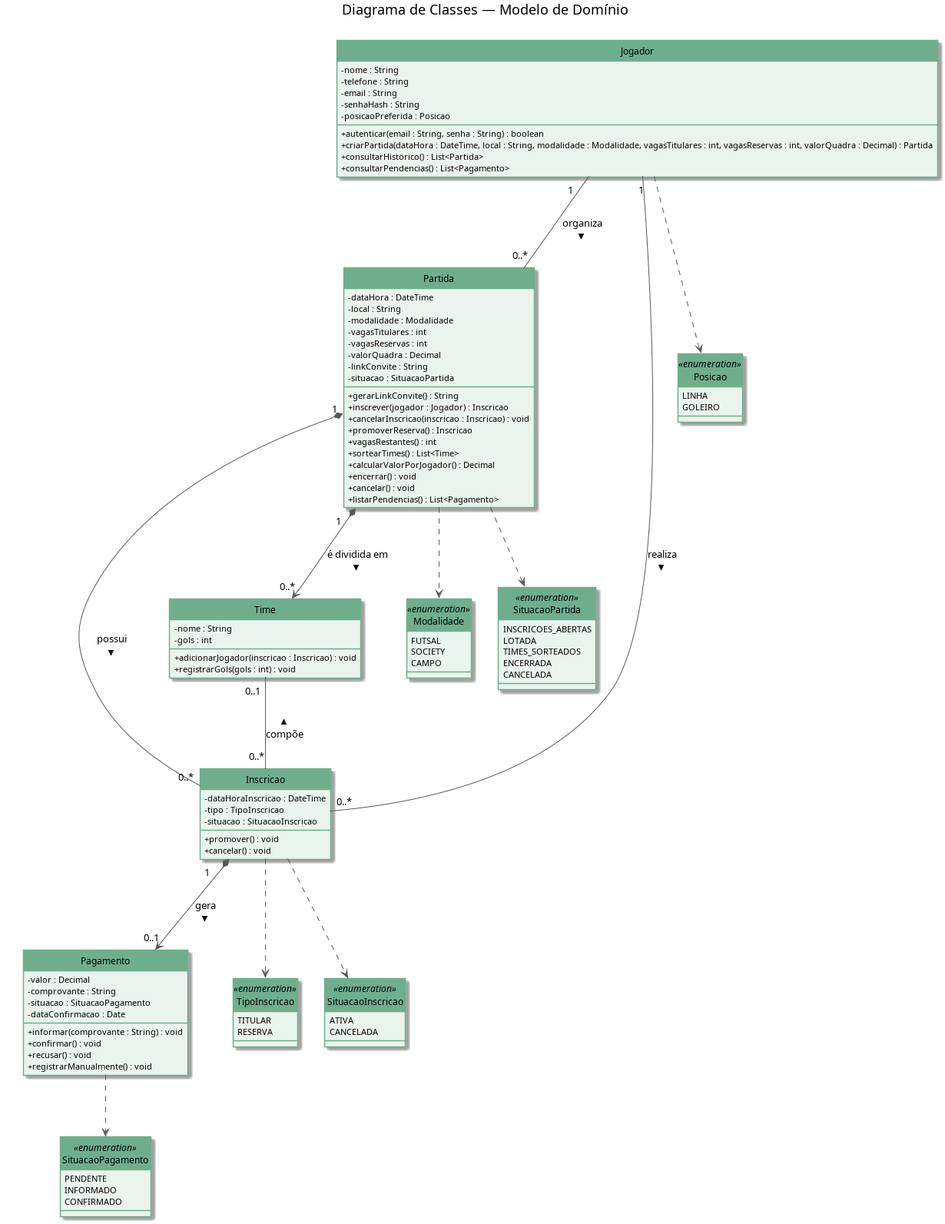
Earlier version of the PlantUML export diagramas/classes_dominio.png (VictorAndreon/Organizador-futebol-amador). Its source is kept beside it as diagramas/classes_dominio.puml.
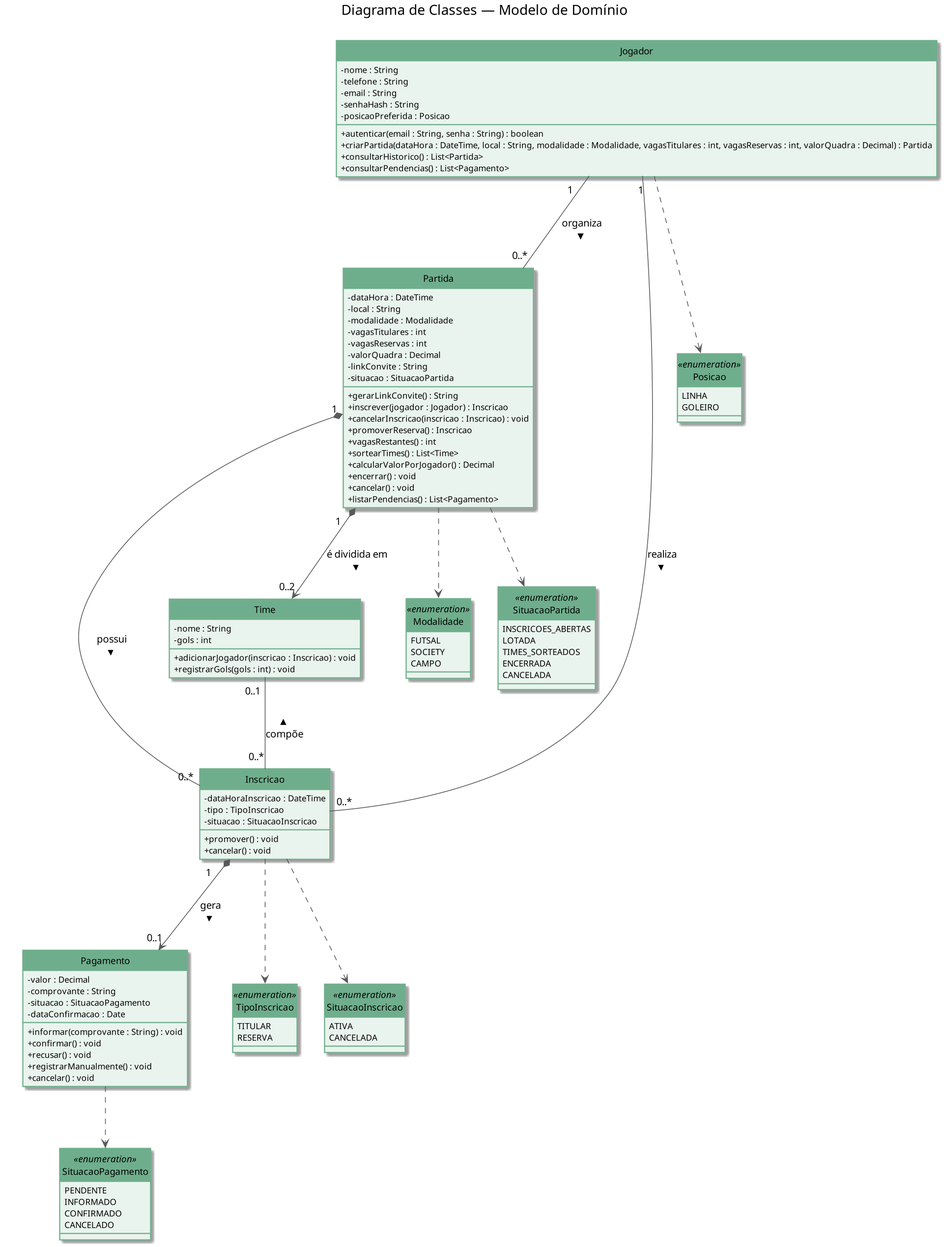
Above is the later version.

Change to the diagram source:
```diff
@@ -1,5 +1,7 @@
 @startuml classes_dominio
 title Diagrama de Classes — Modelo de Domínio
+
+skinparam dpi 150
 
 hide circle
 skinparam ArrowColor #58595B
@@ -68,6 +70,7 @@
   + confirmar() : void
   + recusar() : void
   + registrarManualmente() : void
+  + cancelar() : void
 }
 
 enum Posicao <<enumeration>> {
@@ -103,12 +106,13 @@
   PENDENTE
   INFORMADO
   CONFIRMADO
+  CANCELADO
 }
 
 Jogador "1" -- "0..*" Partida : organiza >
 Jogador "1" -- "0..*" Inscricao : realiza >
 Partida "1" *-- "0..*" Inscricao : possui >
-Partida "1" *--> "0..*" Time : é dividida em >
+Partida "1" *--> "0..2" Time : é dividida em >
 Time "0..1" -- "0..*" Inscricao : compõe <
 Inscricao "1" *--> "0..1" Pagamento : gera >
 
```
